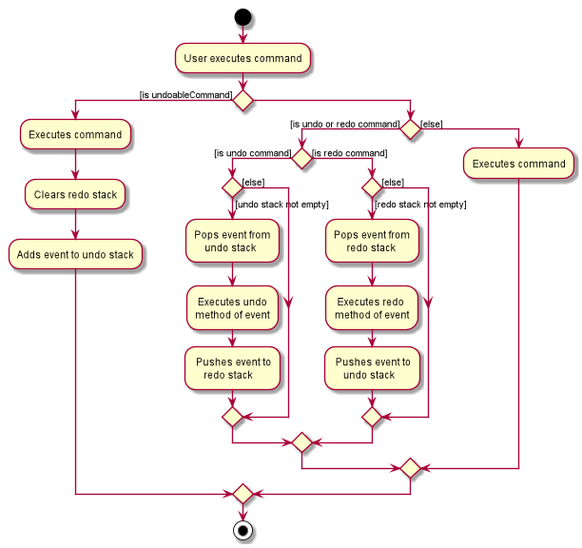
Before: docs/images/CommitActivityDiagram.png, a diagram exported from PlantUML (nus-cs2103-AY1920S1/addressbook-level3). The source it was exported from:
```plantuml
@startuml
start
:User executes command;
if () then ([is undoableCommand])
    :Executes command;
    :Clears redo stack;
    :Adds event to undo stack;
else
    if () then ([is undo or redo command])
        if () then ([is undo command])
            if () then ([undo stack not empty])
                :Pops event from
                    undo stack;
                : Executes undo
                method of event;
                : Pushes event to
                    redo stack;
            else([else])
            endif
        else([is redo command])
            if () then ([redo stack not empty])
            :Pops event from
                 redo stack;
            : Executes redo
            method of event;
            : Pushes event to
                undo stack;
            else([else])
            endif
         endif
     else([else])
        :Executes command;
    endif
endif
stop
@enduml
```
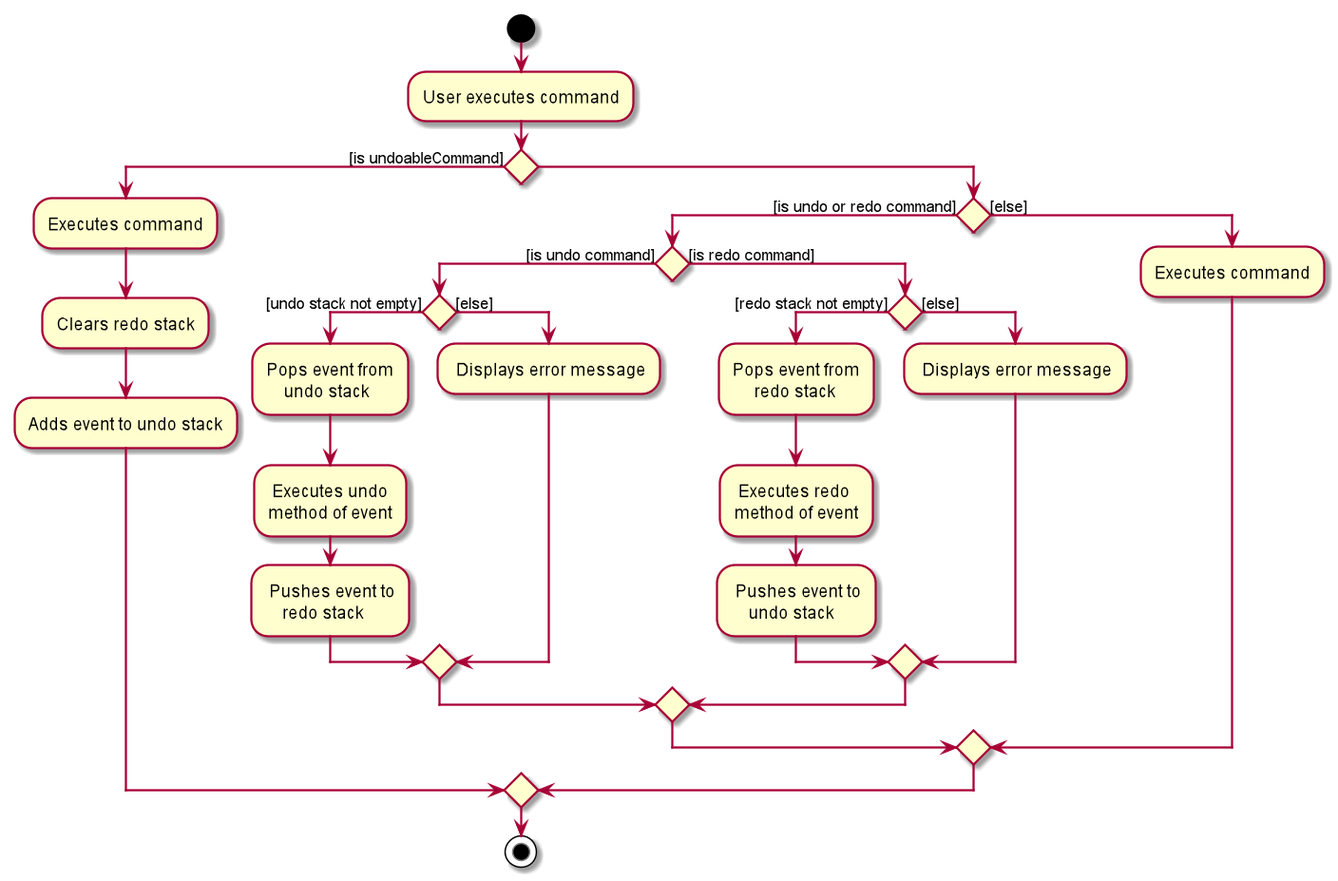
After the commit.

The edit, as a diff of the source:
```diff
@@ -16,6 +16,7 @@
                 : Pushes event to
                     redo stack;
             else([else])
+                : Displays error message;
             endif
         else([is redo command])
             if () then ([redo stack not empty])
@@ -26,6 +27,7 @@
             : Pushes event to
                 undo stack;
             else([else])
+                : Displays error message;
             endif
          endif
      else([else])
```
